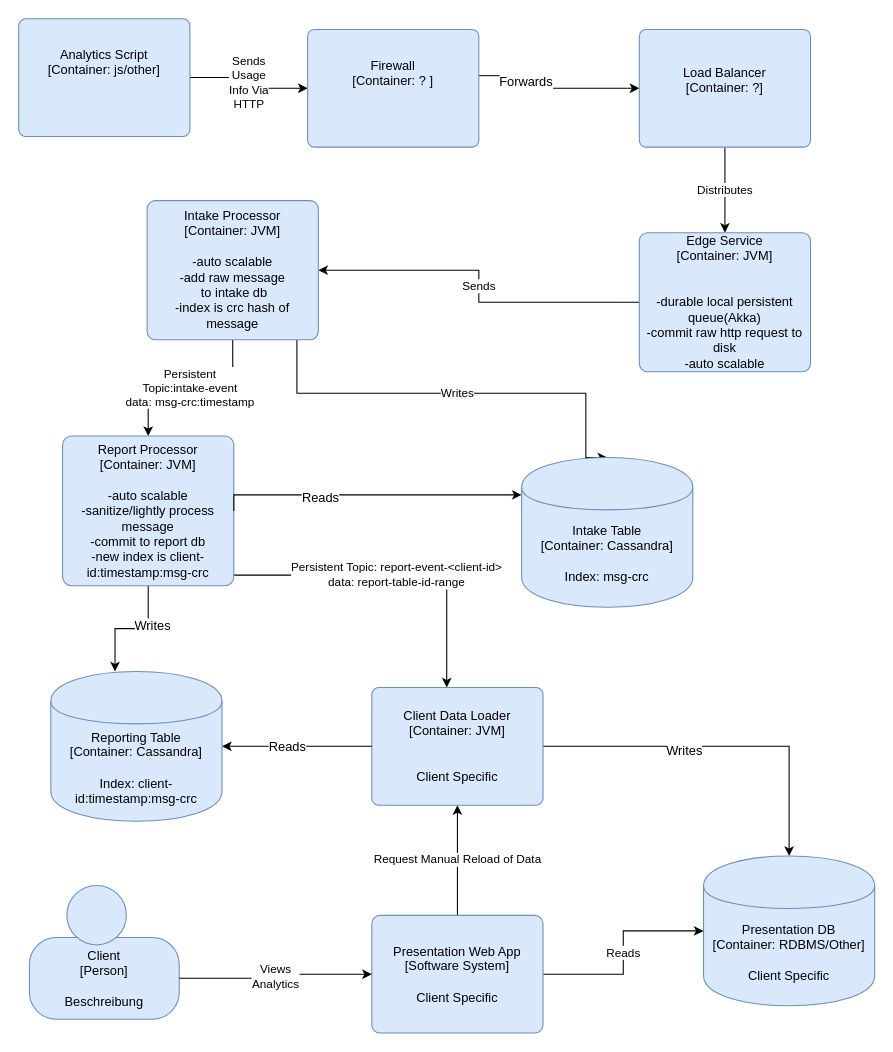
Above: page "Container Diagram" (2 of 2) of analytics-arch/analytics-arch.drawio in masoudamri/SDEChallenge (draw.io), before the change. Source tidied: cells renumbered, new cells numbered last; positions are measured from the earlier drawing's top-left corner, leaving out a move shared by most shapes. Both pictures are drawn from the tidied source at 107%, with x=0, y=0 at pixel (18, 18).
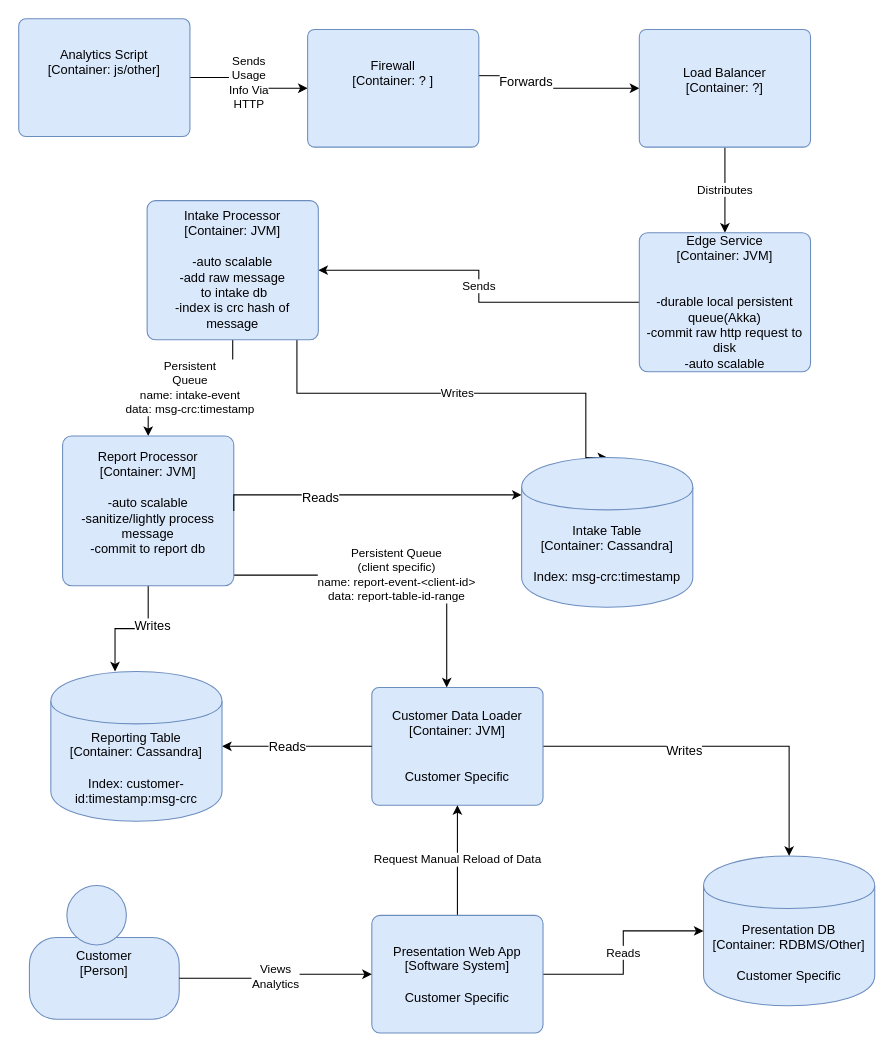
The same diagram, later.

Commit message (it also covers changes not shown here):
client->customer, rename pages, clarify 'topics' are 'queues'

Unchanged cells that the change refers to:
```xml
<mxCell id="13" value="Intake Processor&lt;br&gt;&lt;div&gt;[Container: JVM&lt;span&gt;]&lt;/span&gt;&lt;/div&gt;&lt;div&gt;&lt;br&gt;&lt;/div&gt;&lt;div&gt;-auto scalable&lt;br&gt;&lt;/div&gt;&lt;div&gt;-add raw message&lt;br&gt;&lt;/div&gt;&lt;div&gt;&amp;nbsp;to intake db&lt;/div&gt;&lt;div&gt;-index is crc hash of message&lt;br&gt;&lt;/div&gt;" style="rounded=1;whiteSpace=wrap;html=1;labelBackgroundColor=none;fillColor=#dae8fc;fontColor=#000000;align=center;arcSize=6;strokeColor=#6c8ebf;" parent="1" vertex="1">
  <mxGeometry x="120" y="170" width="160" height="130" as="geometry" />
</mxCell>
<mxCell id="31" style="group;rounded=0;labelBackgroundColor=none;fillColor=none;fontColor=#000000;align=center;html=1;" parent="1" vertex="1">
  <mxGeometry x="10" y="810" width="140" height="125" as="geometry" />
</mxCell>
```

Change to the diagram source:
```diff
@@
-    <mxCell id="12" value="Persistent&lt;div&gt;Topic:intake-event&lt;/div&gt;&lt;div&gt;data: msg-crc:timestamp&lt;/div&gt;" style="edgeStyle=orthogonalEdgeStyle;rounded=0;jettySize=auto;html=1;" parent="1" edge="1" source="13" target="17">
+    <mxCell id="12" value="Persistent&lt;div&gt;Queue&lt;/div&gt;&lt;div&gt;name: intake-event&lt;/div&gt;&lt;div&gt;data: msg-crc:timestamp&lt;/div&gt;" style="edgeStyle=orthogonalEdgeStyle;rounded=0;jettySize=auto;html=1;" parent="1" edge="1" source="13" target="17">
       <mxGeometry relative="1" as="geometry" />
     </mxCell>
@@
-    <mxCell id="16" value="Persistent Topic: report-event-&amp;lt;client-id&amp;gt;&lt;br&gt;&lt;div&gt;data: report-table-id-range&lt;br&gt;&lt;/div&gt;" style="edgeStyle=orthogonalEdgeStyle;rounded=0;jettySize=auto;html=1;" parent="1" edge="1" source="17" target="20">
+    <mxCell id="16" value="&lt;div&gt;Persistent Queue&lt;/div&gt;&lt;div&gt;(client specific)&lt;br&gt;&lt;/div&gt;&lt;div&gt;name: report-event-&amp;lt;client-id&amp;gt;&lt;/div&gt;&lt;div&gt;data: report-table-id-range&lt;br&gt;&lt;/div&gt;" style="edgeStyle=orthogonalEdgeStyle;rounded=0;jettySize=auto;html=1;" parent="1" edge="1" source="17" target="20">
       <mxGeometry relative="1" as="geometry">
         <Array as="points">
           <mxPoint x="120" y="520" />
           <mxPoint x="400" y="520" />
         </Array>
       </mxGeometry>
     </mxCell>
-    <mxCell id="17" value="Report Processor&lt;br&gt;&lt;div&gt;[Container: JVM&lt;span&gt;]&lt;/span&gt;&lt;/div&gt;&lt;div&gt;&lt;br&gt;&lt;/div&gt;&lt;div&gt;-auto scalable&lt;/div&gt;&lt;div&gt;-sanitize/lightly process message&lt;/div&gt;&lt;div&gt;-commit to report db&lt;/div&gt;&lt;div&gt;-new index is client-id:timestamp:msg-crc&lt;br&gt;&lt;/div&gt;" style="rounded=1;whiteSpace=wrap;html=1;labelBackgroundColor=none;fillColor=#dae8fc;fontColor=#000000;align=center;arcSize=6;strokeColor=#6c8ebf;" parent="1" vertex="1">
+    <mxCell id="17" value="Report Processor&lt;br&gt;&lt;div&gt;[Container: JVM&lt;span&gt;]&lt;/span&gt;&lt;/div&gt;&lt;div&gt;&lt;br&gt;&lt;/div&gt;&lt;div&gt;-auto scalable&lt;/div&gt;&lt;div&gt;-sanitize/lightly process message&lt;/div&gt;&lt;div&gt;-commit to report db&lt;/div&gt;&lt;div&gt;&lt;br&gt;&lt;/div&gt;" style="rounded=1;whiteSpace=wrap;html=1;labelBackgroundColor=none;fillColor=#dae8fc;fontColor=#000000;align=center;arcSize=6;strokeColor=#6c8ebf;" parent="1" vertex="1">
       <mxGeometry x="41" y="390" width="160" height="140" as="geometry" />
     </mxCell>
@@
-    <mxCell id="20" value="Client Data Loader&lt;br&gt;&lt;div&gt;[Container: JVM&lt;span&gt;]&lt;/span&gt;&lt;/div&gt;&lt;div&gt;&lt;br&gt;&lt;/div&gt;&lt;div&gt;&lt;br&gt;&lt;/div&gt;&lt;div&gt;Client Specific&lt;br&gt;&lt;/div&gt;" style="rounded=1;whiteSpace=wrap;html=1;labelBackgroundColor=none;fillColor=#dae8fc;fontColor=#000000;align=center;arcSize=6;strokeColor=#6c8ebf;" parent="1" vertex="1">
+    <mxCell id="20" value="Customer Data Loader&lt;br&gt;&lt;div&gt;[Container: JVM&lt;span&gt;]&lt;/span&gt;&lt;/div&gt;&lt;div&gt;&lt;br&gt;&lt;/div&gt;&lt;div&gt;&lt;br&gt;&lt;/div&gt;&lt;div&gt;Customer Specific&lt;/div&gt;" style="rounded=1;whiteSpace=wrap;html=1;labelBackgroundColor=none;fillColor=#dae8fc;fontColor=#000000;align=center;arcSize=6;strokeColor=#6c8ebf;" parent="1" vertex="1">
       <mxGeometry x="330" y="625" width="160" height="110" as="geometry" />
     </mxCell>
@@
-    <mxCell id="23" value="Intake Table&lt;br&gt;&lt;div&gt;[Container: Cassandra]&lt;/div&gt;&lt;div&gt;&lt;br&gt;&lt;/div&gt;&lt;div&gt;Index: msg-crc&lt;br&gt;&lt;/div&gt;" style="shape=cylinder;whiteSpace=wrap;html=1;boundedLbl=1;rounded=0;labelBackgroundColor=none;fillColor=#dae8fc;fontSize=12;fontColor=#000000;align=center;strokeColor=#6c8ebf;" parent="1" vertex="1">
+    <mxCell id="23" value="Intake Table&lt;br&gt;&lt;div&gt;[Container: Cassandra]&lt;/div&gt;&lt;div&gt;&lt;br&gt;&lt;/div&gt;&lt;div&gt;Index: msg-crc:timestamp&lt;br&gt;&lt;/div&gt;" style="shape=cylinder;whiteSpace=wrap;html=1;boundedLbl=1;rounded=0;labelBackgroundColor=none;fillColor=#dae8fc;fontSize=12;fontColor=#000000;align=center;strokeColor=#6c8ebf;" parent="1" vertex="1">
       <mxGeometry x="470" y="410" width="160" height="140" as="geometry" />
     </mxCell>
@@
-    <mxCell id="26" value="Reporting Table&lt;br&gt;&lt;div&gt;[Container: Cassandra]&lt;/div&gt;&lt;div&gt;&lt;br&gt;&lt;/div&gt;&lt;div&gt;Index: client-id:timestamp:msg-crc&lt;br&gt;&lt;/div&gt;" style="shape=cylinder;whiteSpace=wrap;html=1;boundedLbl=1;rounded=0;labelBackgroundColor=none;fillColor=#dae8fc;fontSize=12;fontColor=#000000;align=center;strokeColor=#6c8ebf;" parent="1" vertex="1">
+    <mxCell id="26" value="Reporting Table&lt;br&gt;&lt;div&gt;[Container: Cassandra]&lt;/div&gt;&lt;div&gt;&lt;br&gt;&lt;/div&gt;&lt;div&gt;Index: customer-id:timestamp:msg-crc&lt;br&gt;&lt;/div&gt;" style="shape=cylinder;whiteSpace=wrap;html=1;boundedLbl=1;rounded=0;labelBackgroundColor=none;fillColor=#dae8fc;fontSize=12;fontColor=#000000;align=center;strokeColor=#6c8ebf;" parent="1" vertex="1">
       <mxGeometry x="30" y="610" width="160" height="140" as="geometry" />
     </mxCell>
-    <mxCell id="27" value="&lt;span&gt;Presentation DB&lt;br&gt;&lt;/span&gt;&lt;div&gt;[Container: RDBMS/Other]&lt;/div&gt;&lt;div&gt;&lt;br&gt;&lt;/div&gt;&lt;div&gt;Client Specific&lt;br&gt;&lt;/div&gt;" style="shape=cylinder;whiteSpace=wrap;html=1;boundedLbl=1;rounded=0;labelBackgroundColor=none;fillColor=#dae8fc;fontSize=12;fontColor=#000000;align=center;strokeColor=#6c8ebf;" parent="1" vertex="1">
+    <mxCell id="27" value="&lt;span&gt;Presentation DB&lt;br&gt;&lt;/span&gt;&lt;div&gt;[Container: RDBMS/Other]&lt;/div&gt;&lt;div&gt;&lt;br&gt;&lt;/div&gt;&lt;div&gt;Customer Specific&lt;br&gt;&lt;/div&gt;" style="shape=cylinder;whiteSpace=wrap;html=1;boundedLbl=1;rounded=0;labelBackgroundColor=none;fillColor=#dae8fc;fontSize=12;fontColor=#000000;align=center;strokeColor=#6c8ebf;" parent="1" vertex="1">
       <mxGeometry x="640" y="782.5" width="160" height="140" as="geometry" />
     </mxCell>
@@
-    <mxCell id="30" value="Presentation Web App&lt;br&gt;&lt;div&gt;[Software System]&lt;/div&gt;&lt;div&gt;&lt;br&gt;&lt;/div&gt;&lt;div&gt;Client Specific&lt;br&gt;&lt;/div&gt;" style="rounded=1;whiteSpace=wrap;html=1;labelBackgroundColor=none;fillColor=#dae8fc;fontColor=#000000;align=center;arcSize=7;strokeColor=#6c8ebf;" parent="1" vertex="1">
+    <mxCell id="30" value="Presentation Web App&lt;br&gt;&lt;div&gt;[Software System]&lt;/div&gt;&lt;div&gt;&lt;br&gt;&lt;/div&gt;&lt;div&gt;Customer Specific&lt;br&gt;&lt;/div&gt;" style="rounded=1;whiteSpace=wrap;html=1;labelBackgroundColor=none;fillColor=#dae8fc;fontColor=#000000;align=center;arcSize=7;strokeColor=#6c8ebf;" parent="1" vertex="1">
       <mxGeometry x="330" y="838" width="160" height="110" as="geometry" />
     </mxCell>
@@
-    <mxCell id="32" value="Client&lt;div&gt;[Person]&lt;/div&gt;&lt;div&gt;&lt;br&gt;&lt;/div&gt;&lt;div&gt;Beschreibung&lt;/div&gt;" style="rounded=1;whiteSpace=wrap;html=1;labelBackgroundColor=none;fillColor=#dae8fc;fontColor=#000000;align=center;arcSize=33;strokeColor=#6c8ebf;" parent="31" vertex="1">
+    <mxCell id="32" value="Customer&lt;div&gt;[Person]&lt;/div&gt;&lt;div&gt;&lt;br&gt;&lt;/div&gt;&lt;div&gt;&lt;br&gt;&lt;/div&gt;" style="rounded=1;whiteSpace=wrap;html=1;labelBackgroundColor=none;fillColor=#dae8fc;fontColor=#000000;align=center;arcSize=33;strokeColor=#6c8ebf;" parent="31" vertex="1">
       <mxGeometry y="48.6" width="140" height="76.4" as="geometry" />
     </mxCell>
```
